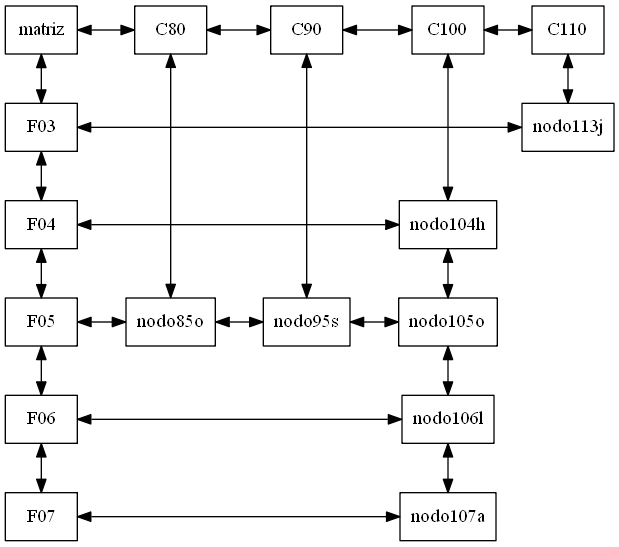
Earlier version of the Graphviz export Reportes/Matriz.png (hr9457/EDD_1S2020_PY1_201314296). Its source is kept beside it as ArchivosDot/Matriz.dot. Source of this version:
```dot
digraph Matriz {
graph [ranksep="0.5", nodesep="0.5"];
node [shape=record];
matriz[group = columna];
C80[group =0];
C90[group =1];
C100[group =2];
C110[group =3];
C80->C90->C100->C110[dir=both];
{rank = same; matriz;C80;C90;C100;C110}
matriz->C80[dir=both];

F03[group = columna];
F04[group = columna];
F05[group = columna];
F06[group = columna];
F07[group = columna];
F03->F04->F05->F06->F07[dir=both];
matriz->F03[dir=both];

F03->nodo113j[dir=both];
{rank = same; F03;nodo113j;}
F04->nodo104h[dir=both];
{rank = same; F04;nodo104h;}
F05->nodo85o->nodo95s->nodo105o[dir=both];
{rank = same; F05;nodo85o;nodo95s;nodo105o;}
F06->nodo106l[dir=both];
{rank = same; F06;nodo106l;}
F07->nodo107a[dir=both];
{rank = same; F07;nodo107a;}

nodo85o[group =0];
C80->nodo85o[dir=both];
nodo95s[group =1];
C90->nodo95s[dir=both];
nodo104h[group =2];
nodo105o[group =2];
nodo106l[group =2];
nodo107a[group =2];
C100->nodo104h->nodo105o->nodo106l->nodo107a[dir=both];
nodo113j[group =3];
C110->nodo113j[dir=both];

}
```
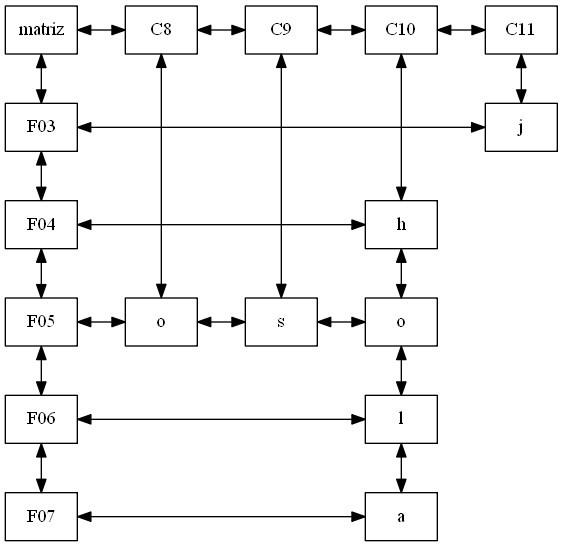
Later version of the same file.

Commit message:
agregacion de label a cada nodo de la matriz

The edit, as a diff of the source:
```diff
@@ -2,10 +2,10 @@
 graph [ranksep="0.5", nodesep="0.5"];
 node [shape=record];
 matriz[group = columna];
-C80[group =0];
-C90[group =1];
-C100[group =2];
-C110[group =3];
+C80[group =0,label="C8"];
+C90[group =1,label="C9"];
+C100[group =2,label="C10"];
+C110[group =3,label="C11"];
 C80->C90->C100->C110[dir=both];
 {rank = same; matriz;C80;C90;C100;C110}
 matriz->C80[dir=both];
@@ -29,16 +29,16 @@
 F07->nodo107a[dir=both];
 {rank = same; F07;nodo107a;}
 
-nodo85o[group =0];
+nodo85o[group =0,label="o"];
 C80->nodo85o[dir=both];
-nodo95s[group =1];
+nodo95s[group =1,label="s"];
 C90->nodo95s[dir=both];
-nodo104h[group =2];
-nodo105o[group =2];
-nodo106l[group =2];
-nodo107a[group =2];
+nodo104h[group =2,label="h"];
+nodo105o[group =2,label="o"];
+nodo106l[group =2,label="l"];
+nodo107a[group =2,label="a"];
 C100->nodo104h->nodo105o->nodo106l->nodo107a[dir=both];
-nodo113j[group =3];
+nodo113j[group =3,label="j"];
 C110->nodo113j[dir=both];
 
 }
```
